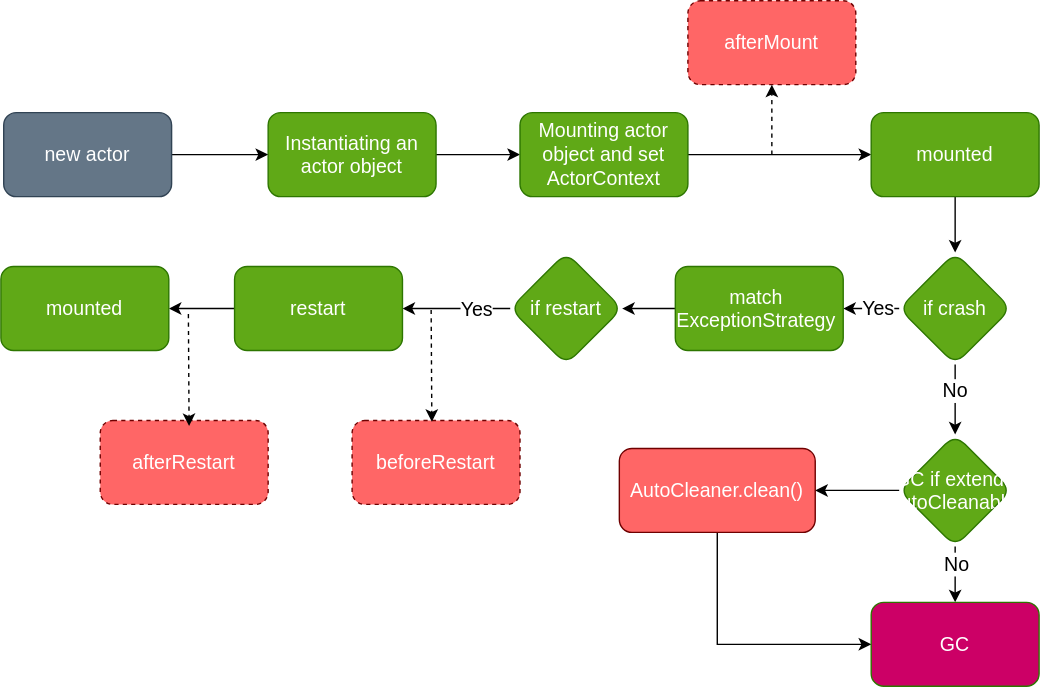
This is docs/_assets/images/actor_life_cycle.drawio.svg from otavia-projects/otavia, a draw.io export, as it was before one commit. Source tidied: cells renumbered, new cells last; positions are measured from the earlier drawing's top-left corner, leaving out a move shared by most shapes.
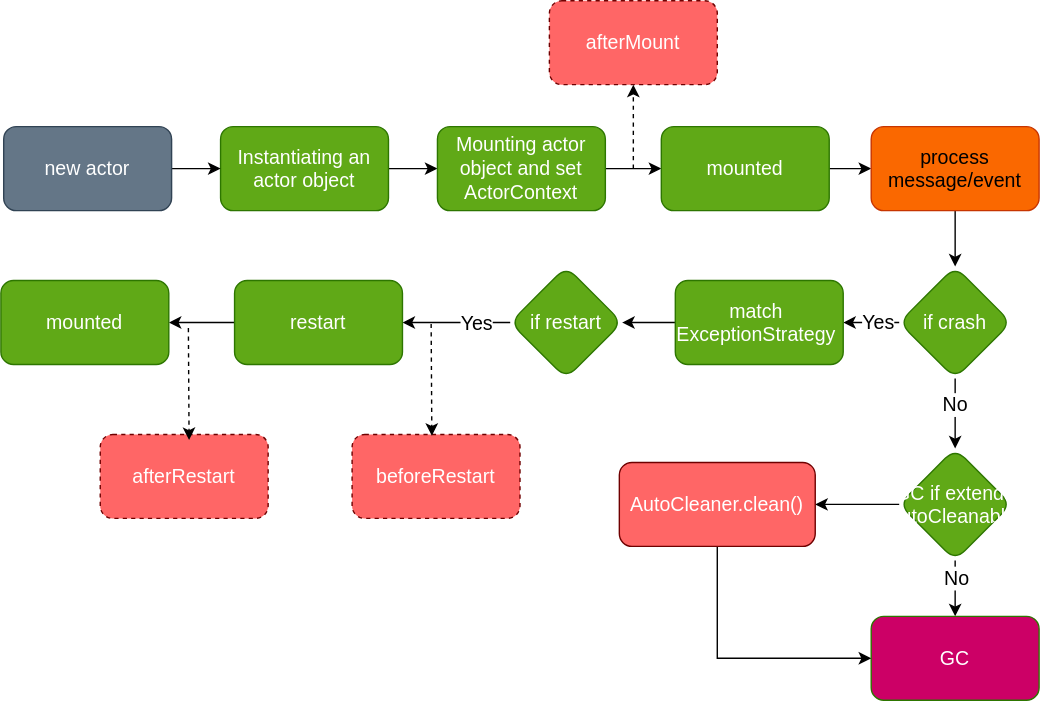
The same file after the commit.

The edit, as a diff of the source:
```diff
@@ -6,7 +6,7 @@
       <mxGeometry relative="1" as="geometry" />
     </mxCell>
     <mxCell id="3" value="Instantiating an actor object" style="rounded=1;whiteSpace=wrap;html=1;fontSize=14;fillColor=#60a917;fontColor=#ffffff;strokeColor=#2D7600;" parent="1" vertex="1">
-      <mxGeometry x="191" y="80" width="120" height="60" as="geometry" />
+      <mxGeometry x="157" y="80" width="120" height="60" as="geometry" />
     </mxCell>
     <mxCell id="4" style="edgeStyle=orthogonalEdgeStyle;rounded=0;jettySize=auto;html=1;fontSize=14;" parent="1" edge="1" source="5" target="3">
       <mxGeometry relative="1" as="geometry" />
@@ -18,20 +18,23 @@
       <mxGeometry relative="1" as="geometry" />
     </mxCell>
     <mxCell id="7" value="Mounting actor object and set ActorContext" style="rounded=1;whiteSpace=wrap;html=1;fontSize=14;fillColor=#60a917;fontColor=#ffffff;strokeColor=#2D7600;" parent="1" vertex="1">
-      <mxGeometry x="371" y="80" width="120" height="60" as="geometry" />
+      <mxGeometry x="312" y="80" width="120" height="60" as="geometry" />
     </mxCell>
-    <mxCell id="8" style="edgeStyle=orthogonalEdgeStyle;rounded=0;jettySize=auto;html=1;fontSize=14;" parent="1" edge="1" source="9" target="16">
+    <mxCell id="8" style="edgeStyle=orthogonalEdgeStyle;rounded=0;jettySize=auto;html=1;fontSize=14;exitX=0.5;exitY=1;exitDx=0;exitDy=0;" parent="1" edge="1" source="37" target="16">
       <mxGeometry relative="1" as="geometry" />
     </mxCell>
+    <mxCell id="36" style="edgeStyle=orthogonalEdgeStyle;rounded=0;jettySize=auto;html=1;" parent="1" edge="1" source="9" target="37">
+      <mxGeometry relative="1" as="geometry" />
+    </mxCell>
     <mxCell id="9" value="mounted" style="rounded=1;whiteSpace=wrap;html=1;fontSize=14;fillColor=#60a917;fontColor=#ffffff;strokeColor=#2D7600;" parent="1" vertex="1">
-      <mxGeometry x="622" y="80" width="120" height="60" as="geometry" />
+      <mxGeometry x="472" y="80" width="120" height="60" as="geometry" />
     </mxCell>
     <mxCell id="10" value="afterMount" style="rounded=1;whiteSpace=wrap;html=1;fontSize=14;dashed=1;fillColor=#FF6666;fontColor=#ffffff;strokeColor=#6F0000;" parent="1" vertex="1">
-      <mxGeometry x="491" width="120" height="60" as="geometry" />
+      <mxGeometry x="392" y="-10" width="120" height="60" as="geometry" />
     </mxCell>
     <mxCell id="11" style="endArrow=classic;html=1;rounded=0;fontSize=14;dashed=1;entryX=0.5;entryY=1;entryDx=0;entryDy=0;" parent="1" edge="1" target="10">
       <mxGeometry relative="1" as="geometry">
-        <mxPoint x="551" y="110" as="sourcePoint" />
+        <mxPoint x="452" y="110" as="sourcePoint" />
       </mxGeometry>
     </mxCell>
     <mxCell id="12" style="edgeStyle=orthogonalEdgeStyle;rounded=0;jettySize=auto;html=1;fontSize=14;" parent="1" edge="1" source="16" target="18">
@@ -112,5 +115,8 @@
     <mxCell id="35" value="AutoCleaner.clean()" style="whiteSpace=wrap;html=1;fontSize=14;rounded=1;fillColor=#FF6666;fontColor=#ffffff;strokeColor=#6F0000;" parent="1" vertex="1">
       <mxGeometry x="442" y="320" width="140" height="60" as="geometry" />
     </mxCell>
+    <mxCell id="37" value="process message/event" style="rounded=1;whiteSpace=wrap;html=1;fontSize=14;fillColor=#fa6800;strokeColor=#C73500;fontColor=#000000;" parent="1" vertex="1">
+      <mxGeometry x="622" y="80" width="120" height="60" as="geometry" />
+    </mxCell>
   </root>
 </mxGraphModel>
```
